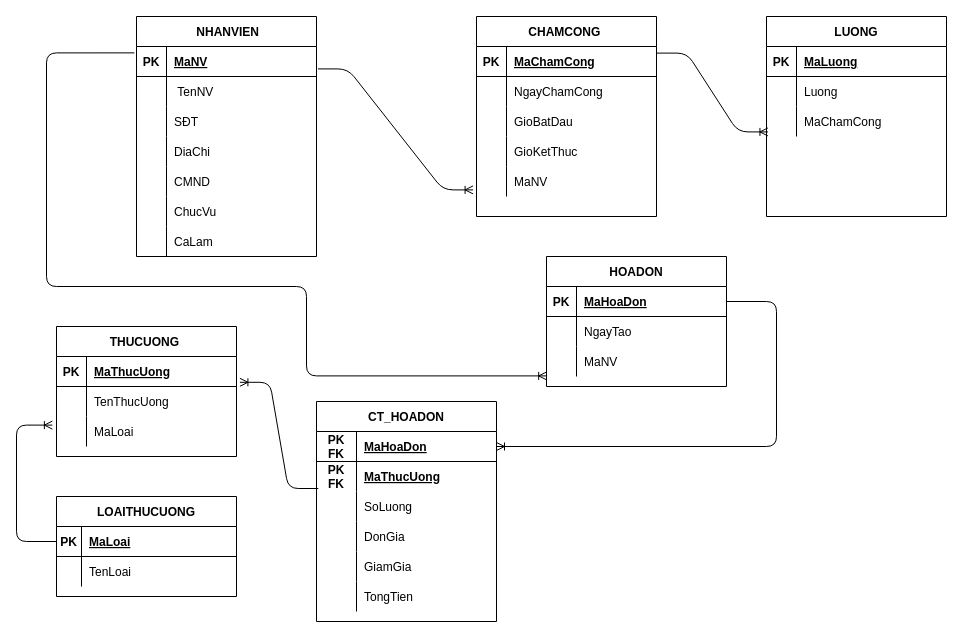
The draw.io diagram Draw.io/ERD.drawio in TruongNguyenYenNhi/PTTK-QL-b-n-h-ng, before the edit. Source tidied: cells renumbered, new cells numbered last; positions are measured from the earlier drawing's top-left corner, leaving out a move shared by most shapes. Both pictures are drawn from the tidied source at 100%, with x=0, y=0 at pixel (16, 16).
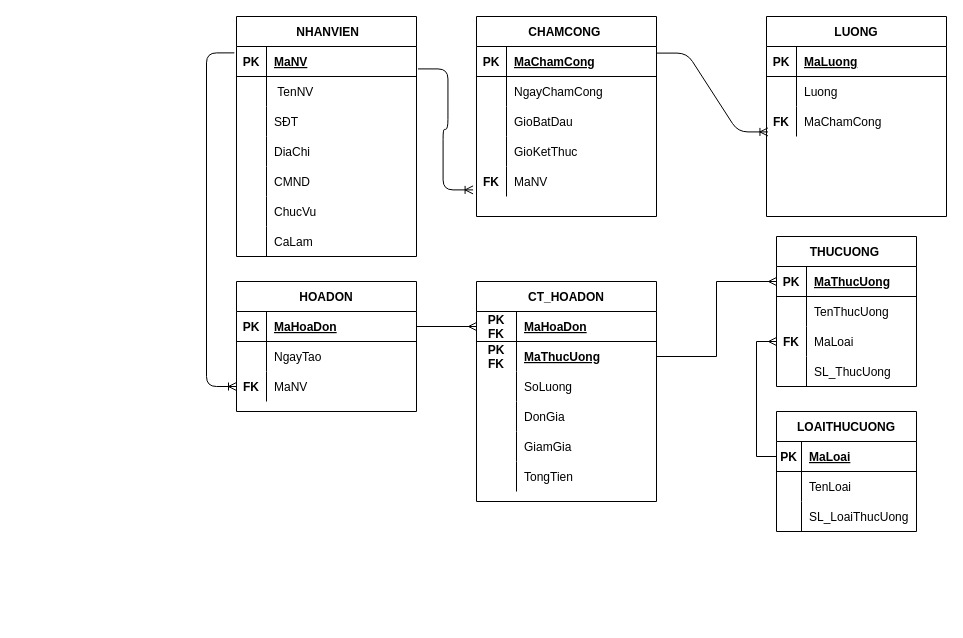
The same diagram, later.

Unchanged cells that the change refers to:
```xml
<mxCell id="3" style="shape=partialRectangle;fillColor=none;top=0;left=0;bottom=1;right=0;points=[[0,0.5],[1,0.5]];portConstraint=eastwest;" parent="2" vertex="1">
  <mxGeometry y="30" width="180" height="30" as="geometry" />
</mxCell>
<mxCell id="25" style="shape=partialRectangle;fillColor=none;top=0;left=0;bottom=1;right=0;points=[[0,0.5],[1,0.5]];portConstraint=eastwest;" parent="24" vertex="1">
  <mxGeometry y="30" width="180" height="30" as="geometry" />
</mxCell>
<mxCell id="37" style="shape=partialRectangle;fillColor=none;top=0;left=0;bottom=0;right=0;points=[[0,0.5],[1,0.5]];portConstraint=eastwest;" parent="24" vertex="1">
  <mxGeometry y="150" width="180" height="30" as="geometry" />
</mxCell>
<mxCell id="47" style="shape=partialRectangle;fillColor=none;top=0;left=0;bottom=0;right=0;points=[[0,0.5],[1,0.5]];portConstraint=eastwest;" parent="40" vertex="1">
  <mxGeometry y="90" width="180" height="30" as="geometry" />
</mxCell>
<mxCell id="61" style="shape=partialRectangle;fillColor=none;top=0;left=0;bottom=1;right=0;points=[[0,0.5],[1,0.5]];portConstraint=eastwest;" parent="60" vertex="1">
  <mxGeometry y="30" width="180" height="30" as="geometry" />
</mxCell>
<mxCell id="64" style="shape=partialRectangle;fillColor=none;top=0;left=0;bottom=0;right=0;points=[[0,0.5],[1,0.5]];portConstraint=eastwest;" parent="60" vertex="1">
  <mxGeometry y="60" width="180" height="30" as="geometry" />
</mxCell>
<mxCell id="80" style="shape=partialRectangle;fillColor=none;top=0;left=0;bottom=1;right=0;points=[[0,0.5],[1,0.5]];portConstraint=eastwest;" parent="79" vertex="1">
  <mxGeometry y="30" width="180" height="30" as="geometry" />
</mxCell>
<mxCell id="86" style="shape=partialRectangle;fillColor=none;top=0;left=0;bottom=0;right=0;points=[[0,0.5],[1,0.5]];portConstraint=eastwest;" parent="79" vertex="1">
  <mxGeometry y="90" width="180" height="30" as="geometry" />
</mxCell>
```

Change to the diagram source:
```diff
@@
     <mxCell id="2" value=" NHANVIEN" style="shape=table;startSize=30;childLayout=tableLayout;rowLines=0;fontStyle=1;align=center;" parent="1" vertex="1">
-      <mxGeometry x="120" width="180" height="240" as="geometry" />
+      <mxGeometry x="220" width="180" height="240" as="geometry" />
     </mxCell>
@@
-    <mxCell id="38" style="shape=partialRectangle;fillColor=none;top=0;left=0;bottom=0;right=0;overflow=hidden;" parent="37" vertex="1">
+    <mxCell id="38" value="FK" style="shape=partialRectangle;fillColor=none;top=0;left=0;bottom=0;right=0;overflow=hidden;fontStyle=1;" parent="37" vertex="1">
       <mxGeometry width="30" height="30" as="geometry" />
     </mxCell>
@@
-    <mxCell id="48" style="shape=partialRectangle;fillColor=none;top=0;left=0;bottom=0;right=0;overflow=hidden;" parent="47" vertex="1">
+    <mxCell id="48" value="FK" style="shape=partialRectangle;fillColor=none;top=0;left=0;bottom=0;right=0;overflow=hidden;fontStyle=1;" parent="47" vertex="1">
       <mxGeometry width="30" height="30" as="geometry" />
     </mxCell>
@@
     <mxCell id="50" value="THUCUONG " style="shape=table;startSize=30;childLayout=tableLayout;rowLines=0;fontStyle=1;align=center;" parent="1" vertex="1">
-      <mxGeometry x="40" y="310" width="180" height="130" as="geometry" />
+      <mxGeometry x="760" y="220" width="140" height="150" as="geometry" />
     </mxCell>
     <mxCell id="51" style="shape=partialRectangle;fillColor=none;top=0;left=0;bottom=1;right=0;points=[[0,0.5],[1,0.5]];portConstraint=eastwest;" parent="50" vertex="1">
-      <mxGeometry y="30" width="180" height="30" as="geometry" />
+      <mxGeometry y="30" width="140" height="30" as="geometry" />
     </mxCell>
@@
     <mxCell id="53" value="MaThucUong" style="shape=partialRectangle;fillColor=none;top=0;left=0;bottom=0;right=0;align=left;spacingLeft=6;fontStyle=5;overflow=hidden;" parent="51" vertex="1">
-      <mxGeometry x="30" width="150" height="30" as="geometry" />
+      <mxGeometry x="30" width="110" height="30" as="geometry" />
     </mxCell>
     <mxCell id="54" style="shape=partialRectangle;fillColor=none;top=0;left=0;bottom=0;right=0;" parent="50" vertex="1">
-      <mxGeometry y="60" width="180" height="30" as="geometry" />
+      <mxGeometry y="60" width="140" height="30" as="geometry" />
     </mxCell>
@@
     <mxCell id="56" value="TenThucUong" style="shape=partialRectangle;fillColor=none;top=0;left=0;bottom=0;right=0;align=left;spacingLeft=6;overflow=hidden;" parent="54" vertex="1">
-      <mxGeometry x="30" width="150" height="30" as="geometry" />
+      <mxGeometry x="30" width="110" height="30" as="geometry" />
     </mxCell>
     <mxCell id="57" style="shape=partialRectangle;fillColor=none;top=0;left=0;bottom=0;right=0;points=[[0,0.5],[1,0.5]];portConstraint=eastwest;" parent="50" vertex="1">
-      <mxGeometry y="90" width="180" height="30" as="geometry" />
+      <mxGeometry y="90" width="140" height="30" as="geometry" />
     </mxCell>
-    <mxCell id="58" style="shape=partialRectangle;fillColor=none;top=0;left=0;bottom=0;right=0;overflow=hidden;" parent="57" vertex="1">
+    <mxCell id="58" value="FK" style="shape=partialRectangle;fillColor=none;top=0;left=0;bottom=0;right=0;overflow=hidden;fontStyle=1;" parent="57" vertex="1">
       <mxGeometry width="30" height="30" as="geometry" />
     </mxCell>
     <mxCell id="59" value="MaLoai" style="shape=partialRectangle;fillColor=none;top=0;left=0;bottom=0;right=0;align=left;spacingLeft=6;overflow=hidden;" parent="57" vertex="1">
-      <mxGeometry x="30" width="150" height="30" as="geometry" />
+      <mxGeometry x="30" width="110" height="30" as="geometry" />
     </mxCell>
+    <mxCell id="102" style="shape=partialRectangle;fillColor=none;top=0;left=0;bottom=0;right=0;" parent="50" vertex="1">
+      <mxGeometry y="120" width="140" height="30" as="geometry" />
+    </mxCell>
+    <mxCell id="103" style="shape=partialRectangle;fillColor=none;top=0;left=0;bottom=0;right=0;overflow=hidden;fontStyle=1;" parent="102" vertex="1">
+      <mxGeometry width="30" height="30" as="geometry" />
+    </mxCell>
+    <mxCell id="104" value="SL_ThucUong" style="shape=partialRectangle;fillColor=none;top=0;left=0;bottom=0;right=0;align=left;spacingLeft=6;overflow=hidden;" parent="102" vertex="1">
+      <mxGeometry x="30" width="110" height="30" as="geometry" />
+    </mxCell>
     <mxCell id="60" value="CT_HOADON" style="shape=table;startSize=30;childLayout=tableLayout;rowLines=0;fontStyle=1;align=center;" parent="1" vertex="1">
-      <mxGeometry x="300" y="385" width="180" height="220" as="geometry" />
+      <mxGeometry x="460" y="265" width="180" height="220" as="geometry" />
     </mxCell>
@@
     <mxCell id="79" value="HOADON" style="shape=table;startSize=30;childLayout=tableLayout;rowLines=0;fontStyle=1;align=center;" parent="1" vertex="1">
-      <mxGeometry x="530" y="240" width="180" height="130" as="geometry" />
+      <mxGeometry x="220" y="265" width="180" height="130" as="geometry" />
     </mxCell>
@@
-    <mxCell id="87" style="shape=partialRectangle;fillColor=none;top=0;left=0;bottom=0;right=0;overflow=hidden;" parent="86" vertex="1">
+    <mxCell id="87" value="FK" style="shape=partialRectangle;fillColor=none;top=0;left=0;bottom=0;right=0;overflow=hidden;fontStyle=1;" parent="86" vertex="1">
       <mxGeometry width="30" height="30" as="geometry" />
     </mxCell>
@@
     <mxCell id="89" value="LOAITHUCUONG" style="shape=table;startSize=30;childLayout=tableLayout;rowLines=0;fontStyle=1;align=center;" parent="1" vertex="1">
-      <mxGeometry x="40" y="480" width="180" height="100" as="geometry" />
+      <mxGeometry x="760" y="395" width="140" height="120" as="geometry" />
     </mxCell>
     <mxCell id="90" style="shape=partialRectangle;fillColor=none;top=0;left=0;bottom=1;right=0;points=[[0,0.5],[1,0.5]];portConstraint=eastwest;" parent="89" vertex="1">
-      <mxGeometry y="30" width="180" height="30" as="geometry" />
+      <mxGeometry y="30" width="140" height="30" as="geometry" />
     </mxCell>
@@
     <mxCell id="92" value="MaLoai" style="shape=partialRectangle;fillColor=none;top=0;left=0;bottom=0;right=0;align=left;spacingLeft=6;fontStyle=5;overflow=hidden;" parent="90" vertex="1">
-      <mxGeometry x="25" width="155" height="30" as="geometry" />
+      <mxGeometry x="25" width="115" height="30" as="geometry" />
     </mxCell>
     <mxCell id="93" style="shape=partialRectangle;fillColor=none;top=0;left=0;bottom=0;right=0;" parent="89" vertex="1">
-      <mxGeometry y="60" width="180" height="30" as="geometry" />
+      <mxGeometry y="60" width="140" height="30" as="geometry" />
     </mxCell>
@@
     <mxCell id="95" value="TenLoai" style="shape=partialRectangle;fillColor=none;top=0;left=0;bottom=0;right=0;align=left;spacingLeft=6;overflow=hidden;" parent="93" vertex="1">
-      <mxGeometry x="25" width="155" height="30" as="geometry" />
+      <mxGeometry x="25" width="115" height="30" as="geometry" />
     </mxCell>
+    <mxCell id="105" style="shape=partialRectangle;fillColor=none;top=0;left=0;bottom=0;right=0;" parent="89" vertex="1">
+      <mxGeometry y="90" width="140" height="30" as="geometry" />
+    </mxCell>
+    <mxCell id="106" style="shape=partialRectangle;fillColor=none;top=0;left=0;bottom=0;right=0;overflow=hidden;" parent="105" vertex="1">
+      <mxGeometry width="25" height="30" as="geometry" />
+    </mxCell>
+    <mxCell id="107" value="SL_LoaiThucUong" style="shape=partialRectangle;fillColor=none;top=0;left=0;bottom=0;right=0;align=left;spacingLeft=6;overflow=hidden;" parent="105" vertex="1">
+      <mxGeometry x="25" width="115" height="30" as="geometry" />
+    </mxCell>
@@
+    <mxCell id="98" style="edgeStyle=entityRelationEdgeStyle;fontSize=12;html=1;endArrow=ERoneToMany;entryX=0.008;entryY=0.847;entryDx=0;entryDy=0;entryPerimeter=0;exitX=1.003;exitY=0.22;exitDx=0;exitDy=0;exitPerimeter=0;" parent="1" edge="1" source="25" target="47">
+      <mxGeometry relative="1" as="geometry" />
+    </mxCell>
+    <mxCell id="101" style="edgeStyle=orthogonalEdgeStyle;fontSize=12;html=1;endArrow=ERoneToMany;exitX=-0.012;exitY=0.213;exitDx=0;exitDy=0;exitPerimeter=0;entryX=0;entryY=0.5;entryDx=0;entryDy=0;" parent="1" edge="1" source="3" target="86">
+      <mxGeometry relative="1" as="geometry">
+        <Array as="points">
+          <mxPoint x="190" y="36" />
+          <mxPoint x="190" y="370" />
+        </Array>
+      </mxGeometry>
+    </mxCell>
+    <mxCell id="99" style="edgeStyle=orthogonalEdgeStyle;rounded=0;jettySize=auto;html=1;exitX=1;exitY=0.5;exitDx=0;exitDy=0;entryX=0;entryY=0.5;entryDx=0;entryDy=0;endArrow=ERmany;endFill=0;" parent="1" edge="1" source="80" target="61">
+      <mxGeometry relative="1" as="geometry" />
+    </mxCell>
-    <mxCell id="97" style="edgeStyle=orthogonalEdgeStyle;fontSize=12;html=1;endArrow=ERoneToMany;entryX=-0.023;entryY=0.287;entryDx=0;entryDy=0;exitX=0;exitY=0.5;exitDx=0;exitDy=0;entryPerimeter=0;" parent="1" edge="1" source="90" target="57">
-      <mxGeometry relative="1" as="geometry">
-        <Array as="points">
-          <mxPoint y="525" />
-          <mxPoint y="409" />
-        </Array>
-      </mxGeometry>
+    <mxCell id="97" style="edgeStyle=orthogonalEdgeStyle;rounded=0;jettySize=auto;html=1;exitX=0;exitY=0.5;exitDx=0;exitDy=0;entryX=0;entryY=0.5;entryDx=0;entryDy=0;endArrow=ERmany;endFill=0;" parent="1" edge="1" source="90" target="57">
+      <mxGeometry relative="1" as="geometry" />
     </mxCell>
-    <mxCell id="98" style="edgeStyle=entityRelationEdgeStyle;fontSize=12;html=1;endArrow=ERoneToMany;entryX=0.008;entryY=0.847;entryDx=0;entryDy=0;entryPerimeter=0;exitX=1.003;exitY=0.22;exitDx=0;exitDy=0;exitPerimeter=0;" parent="1" edge="1" source="25" target="47">
-      <mxGeometry relative="1" as="geometry" />
-    </mxCell>
-    <mxCell id="99" style="edgeStyle=orthogonalEdgeStyle;fontSize=12;html=1;endArrow=ERoneToMany;exitX=1;exitY=0.5;exitDx=0;exitDy=0;entryX=1;entryY=0.5;entryDx=0;entryDy=0;" parent="1" edge="1" source="80" target="61">
-      <mxGeometry relative="1" as="geometry">
-        <Array as="points">
-          <mxPoint x="760" y="285" />
-          <mxPoint x="760" y="430" />
-        </Array>
-      </mxGeometry>
-    </mxCell>
-    <mxCell id="100" style="edgeStyle=entityRelationEdgeStyle;fontSize=12;html=1;endArrow=ERoneToMany;entryX=1.019;entryY=0.86;entryDx=0;entryDy=0;entryPerimeter=0;exitX=0.01;exitY=0.9;exitDx=0;exitDy=0;exitPerimeter=0;" parent="1" edge="1" source="64" target="51">
+    <mxCell id="100" style="edgeStyle=orthogonalEdgeStyle;rounded=0;jettySize=auto;html=1;exitX=1;exitY=0.5;exitDx=0;exitDy=0;entryX=0;entryY=0.5;entryDx=0;entryDy=0;endArrow=ERmany;endFill=0;" parent="1" edge="1" source="64" target="51">
       <mxGeometry relative="1" as="geometry" />
     </mxCell>
-    <mxCell id="101" style="edgeStyle=orthogonalEdgeStyle;fontSize=12;html=1;endArrow=ERoneToMany;exitX=-0.012;exitY=0.213;exitDx=0;exitDy=0;exitPerimeter=0;entryX=0.001;entryY=0.98;entryDx=0;entryDy=0;entryPerimeter=0;" parent="1" edge="1" source="3" target="86">
-      <mxGeometry relative="1" as="geometry">
-        <Array as="points">
-          <mxPoint x="30" y="36" />
-          <mxPoint x="30" y="270" />
-          <mxPoint x="290" y="270" />
-          <mxPoint x="290" y="359" />
-        </Array>
-      </mxGeometry>
-    </mxCell>
```
